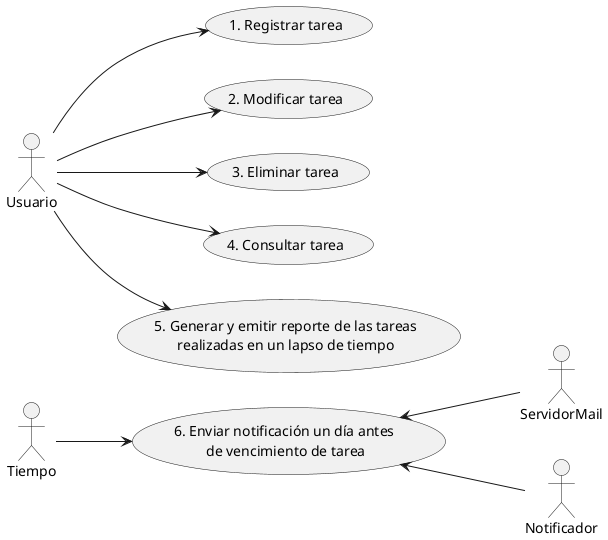
ciggyx/Task_Flow keeps this PlantUML diagram as Modelado/DiagramasCU/CU_Gestion_Tareas.png. Above is the earlier version.
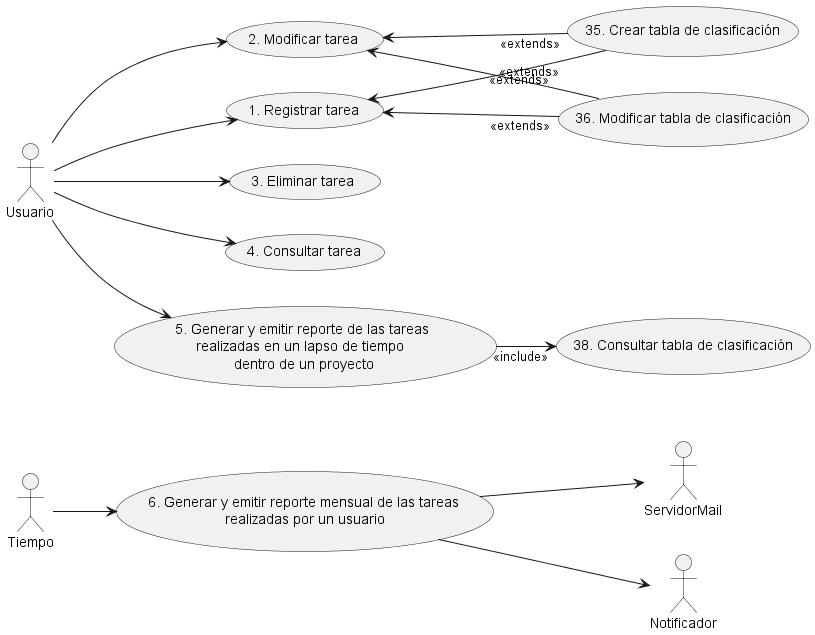
Above is the later version.

The edit, as a diff of the source:
```diff
@@ -7,11 +7,16 @@
 actor :Usuario: as U
 
 U --> (1. Registrar tarea)
+(1. Registrar tarea) <-- "<<extends>>" (36. Modificar tabla de clasificación)
+(1. Registrar tarea) <-- "<<extends>>" (35. Crear tabla de clasificación)
 U --> (2. Modificar tarea)
+(2. Modificar tarea) <-- "<<extends>>" (36. Modificar tabla de clasificación)
+(2. Modificar tarea) <-- "<<extends>>" (35. Crear tabla de clasificación)
 U --> (3. Eliminar tarea)
 U --> (4. Consultar tarea)
-U --> (5. Generar y emitir reporte de las tareas\nrealizadas en un lapso de tiempo)
-T --> (6. Enviar notificación un día antes \nde vencimiento de tarea)
-(6. Enviar notificación un día antes \nde vencimiento de tarea) <-- ES
-(6. Enviar notificación un día antes \nde vencimiento de tarea) <-- N
+U --> (5. Generar y emitir reporte de las tareas\nrealizadas en un lapso de tiempo \n dentro de un proyecto)
+(5. Generar y emitir reporte de las tareas\nrealizadas en un lapso de tiempo \n dentro de un proyecto) --> "<<include>>" (38. Consultar tabla de clasificación)
+T --> (6. Generar y emitir reporte mensual de las tareas \nrealizadas por un usuario)
+(6. Generar y emitir reporte mensual de las tareas \nrealizadas por un usuario) --> N
+(6. Generar y emitir reporte mensual de las tareas \nrealizadas por un usuario) --> ES
 @enduml
```
